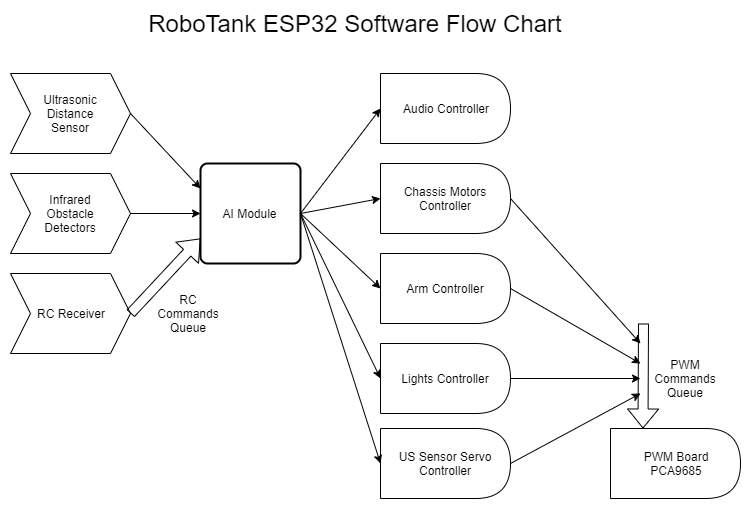
rmaryan/RoboTank-ESP32 keeps this draw.io diagram as schematics/flow chart.png. Above is the earlier version. Source tidied: cells renumbered, new cells last; positions are measured from the earlier drawing's top-left corner, leaving out a move shared by most shapes.
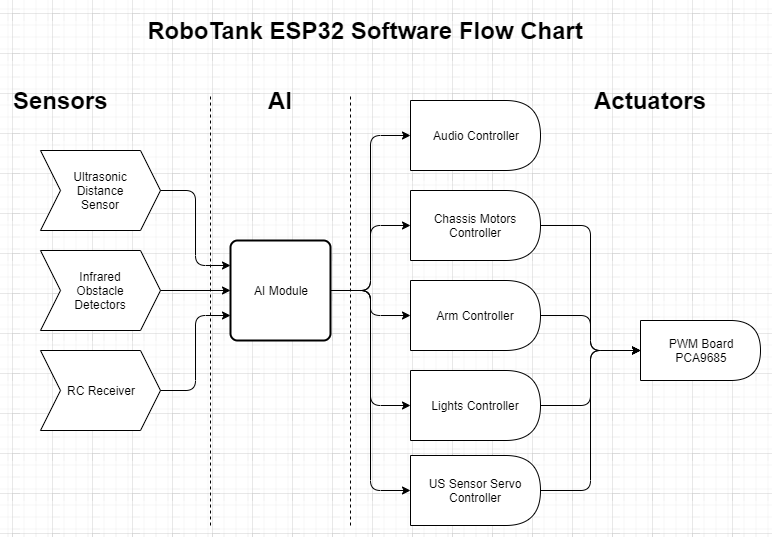
Later version of the same file.

Change to the diagram source:
```diff
@@ -3,92 +3,94 @@
     <mxCell id="0" />
     <mxCell id="1" parent="0" />
     <mxCell id="2" value="AI Module" style="rounded=1;whiteSpace=wrap;html=1;absoluteArcSize=1;arcSize=14;strokeWidth=2;" parent="1" vertex="1">
-      <mxGeometry x="190" y="150" width="100" height="100" as="geometry" />
+      <mxGeometry x="220" y="230" width="100" height="100" as="geometry" />
     </mxCell>
     <mxCell id="3" value="Ultrasonic&lt;br&gt;Distance&lt;br&gt;Sensor" style="shape=step;perimeter=stepPerimeter;whiteSpace=wrap;html=1;fixedSize=1;" parent="1" vertex="1">
-      <mxGeometry y="60" width="120" height="80" as="geometry" />
+      <mxGeometry x="30" y="140" width="120" height="80" as="geometry" />
     </mxCell>
     <mxCell id="4" value="Infrared&lt;br&gt;Obstacle&lt;br&gt;Detectors" style="shape=step;perimeter=stepPerimeter;whiteSpace=wrap;html=1;fixedSize=1;" parent="1" vertex="1">
-      <mxGeometry y="160" width="120" height="80" as="geometry" />
+      <mxGeometry x="30" y="240" width="120" height="80" as="geometry" />
     </mxCell>
-    <mxCell id="5" value="RoboTank ESP32 Software Flow Chart" style="text;html=1;strokeColor=none;fillColor=none;align=center;verticalAlign=middle;whiteSpace=wrap;rounded=0;fontSize=24;" parent="1" vertex="1">
-      <mxGeometry x="120" width="450" height="20" as="geometry" />
+    <mxCell id="5" value="RoboTank ESP32 Software Flow Chart" style="text;html=1;strokeColor=none;fillColor=none;align=center;verticalAlign=middle;whiteSpace=wrap;rounded=0;fontSize=24;fontStyle=1;" parent="1" vertex="1">
+      <mxGeometry x="130" width="450" height="40" as="geometry" />
     </mxCell>
     <mxCell id="6" value="RC Receiver" style="shape=step;perimeter=stepPerimeter;whiteSpace=wrap;html=1;fixedSize=1;" parent="1" vertex="1">
-      <mxGeometry y="260" width="120" height="80" as="geometry" />
+      <mxGeometry x="30" y="340" width="120" height="80" as="geometry" />
     </mxCell>
-    <mxCell id="7" style="shape=flexArrow;endArrow=classic;html=1;fontSize=24;entryX=0;entryY=0.75;entryDx=0;entryDy=0;exitX=1;exitY=0.5;exitDx=0;exitDy=0;" parent="1" edge="1" source="6" target="2">
-      <mxGeometry relative="1" as="geometry" />
-    </mxCell>
-    <mxCell id="8" style="endArrow=classic;html=1;fontSize=24;exitX=1;exitY=0.5;exitDx=0;exitDy=0;entryX=0;entryY=0.25;entryDx=0;entryDy=0;" parent="1" edge="1" source="3" target="2">
-      <mxGeometry relative="1" as="geometry" />
-    </mxCell>
     <mxCell id="9" style="endArrow=classic;html=1;fontSize=24;exitX=1;exitY=0.5;exitDx=0;exitDy=0;entryX=0;entryY=0.5;entryDx=0;entryDy=0;" parent="1" edge="1" source="4" target="2">
       <mxGeometry relative="1" as="geometry" />
     </mxCell>
-    <mxCell id="10" value="RC&lt;br&gt;Commands&lt;br&gt;Queue" style="text;html=1;strokeColor=none;fillColor=none;align=center;verticalAlign=middle;whiteSpace=wrap;rounded=0;fontSize=12;" parent="1" vertex="1">
-      <mxGeometry x="148" y="275" width="60" height="50" as="geometry" />
-    </mxCell>
     <mxCell id="11" value="Chassis Motors Controller" style="shape=delay;whiteSpace=wrap;html=1;" parent="1" vertex="1">
-      <mxGeometry x="370" y="150" width="130" height="70" as="geometry" />
+      <mxGeometry x="400" y="180" width="130" height="70" as="geometry" />
     </mxCell>
     <mxCell id="12" value="Arm Controller" style="shape=delay;whiteSpace=wrap;html=1;" parent="1" vertex="1">
-      <mxGeometry x="370" y="240" width="130" height="70" as="geometry" />
+      <mxGeometry x="400" y="270" width="130" height="70" as="geometry" />
     </mxCell>
     <mxCell id="13" value="Lights Controller" style="shape=delay;whiteSpace=wrap;html=1;" parent="1" vertex="1">
-      <mxGeometry x="370" y="330" width="130" height="70" as="geometry" />
+      <mxGeometry x="400" y="360" width="130" height="70" as="geometry" />
     </mxCell>
     <mxCell id="14" value="Audio Controller" style="shape=delay;whiteSpace=wrap;html=1;" parent="1" vertex="1">
-      <mxGeometry x="370" y="60" width="130" height="70" as="geometry" />
+      <mxGeometry x="400" y="90" width="130" height="70" as="geometry" />
     </mxCell>
     <mxCell id="15" value="US Sensor Servo Controller" style="shape=delay;whiteSpace=wrap;html=1;" parent="1" vertex="1">
-      <mxGeometry x="370" y="415" width="130" height="70" as="geometry" />
+      <mxGeometry x="400" y="445" width="130" height="70" as="geometry" />
     </mxCell>
+    <mxCell id="21" value="PWM Board&lt;br&gt;PCA9685" style="shape=delay;whiteSpace=wrap;html=1;" parent="1" vertex="1">
+      <mxGeometry x="630" y="310" width="120" height="60" as="geometry" />
+    </mxCell>
+    <mxCell id="28" style="edgeStyle=elbowEdgeStyle;elbow=horizontal;endArrow=classic;html=1;exitX=1;exitY=0.5;exitDx=0;exitDy=0;entryX=0;entryY=0.5;entryDx=0;entryDy=0;" parent="1" edge="1" source="11" target="21">
+      <mxGeometry relative="1" as="geometry" />
+    </mxCell>
+    <mxCell id="29" style="edgeStyle=elbowEdgeStyle;elbow=horizontal;endArrow=classic;html=1;exitX=1;exitY=0.5;exitDx=0;exitDy=0;entryX=0;entryY=0.5;entryDx=0;entryDy=0;" parent="1" edge="1" source="12" target="21">
+      <mxGeometry relative="1" as="geometry" />
+    </mxCell>
+    <mxCell id="30" style="edgeStyle=elbowEdgeStyle;elbow=horizontal;endArrow=classic;html=1;exitX=1;exitY=0.5;exitDx=0;exitDy=0;entryX=0;entryY=0.5;entryDx=0;entryDy=0;" parent="1" edge="1" source="15" target="21">
+      <mxGeometry relative="1" as="geometry" />
+    </mxCell>
+    <mxCell id="31" style="edgeStyle=elbowEdgeStyle;elbow=horizontal;endArrow=classic;html=1;exitX=1;exitY=0.5;exitDx=0;exitDy=0;entryX=0;entryY=0.5;entryDx=0;entryDy=0;" parent="1" edge="1" source="13" target="21">
+      <mxGeometry relative="1" as="geometry" />
+    </mxCell>
+    <mxCell id="32" style="endArrow=none;dashed=1;html=1;" parent="1" edge="1">
+      <mxGeometry relative="1" as="geometry">
+        <mxPoint x="200" y="515" as="sourcePoint" />
+        <mxPoint x="200" y="85" as="targetPoint" />
+      </mxGeometry>
+    </mxCell>
+    <mxCell id="33" style="endArrow=none;dashed=1;html=1;" parent="1" edge="1">
+      <mxGeometry relative="1" as="geometry">
+        <mxPoint x="340" y="515" as="sourcePoint" />
+        <mxPoint x="340" y="85" as="targetPoint" />
+      </mxGeometry>
+    </mxCell>
+    <mxCell id="34" value="Sensors" style="text;strokeColor=none;fillColor=none;html=1;fontSize=24;fontStyle=1;verticalAlign=middle;align=center;" parent="1" vertex="1">
+      <mxGeometry y="70" width="100" height="40" as="geometry" />
+    </mxCell>
+    <mxCell id="35" value="Actuators" style="text;strokeColor=none;fillColor=none;html=1;fontSize=24;fontStyle=1;verticalAlign=middle;align=center;" parent="1" vertex="1">
+      <mxGeometry x="580" y="70" width="120" height="40" as="geometry" />
+    </mxCell>
+    <mxCell id="36" value="AI" style="text;strokeColor=none;fillColor=none;html=1;fontSize=24;fontStyle=1;verticalAlign=middle;align=center;" parent="1" vertex="1">
+      <mxGeometry x="210" y="70" width="120" height="40" as="geometry" />
+    </mxCell>
+    <mxCell id="7" style="edgeStyle=elbowEdgeStyle;elbow=horizontal;endArrow=classic;html=1;exitX=1;exitY=0.5;exitDx=0;exitDy=0;entryX=0;entryY=0.75;entryDx=0;entryDy=0;" parent="1" edge="1" source="6" target="2">
+      <mxGeometry relative="1" as="geometry" />
+    </mxCell>
+    <mxCell id="8" style="edgeStyle=elbowEdgeStyle;elbow=horizontal;endArrow=classic;html=1;exitX=1;exitY=0.5;exitDx=0;exitDy=0;entryX=0;entryY=0.25;entryDx=0;entryDy=0;" parent="1" edge="1" source="3" target="2">
+      <mxGeometry relative="1" as="geometry" />
+    </mxCell>
-    <mxCell id="16" style="endArrow=classic;html=1;entryX=0;entryY=0.5;entryDx=0;entryDy=0;exitX=1;exitY=0.5;exitDx=0;exitDy=0;" parent="1" edge="1" source="2" target="11">
+    <mxCell id="16" style="edgeStyle=elbowEdgeStyle;elbow=horizontal;endArrow=classic;html=1;exitX=1;exitY=0.5;exitDx=0;exitDy=0;entryX=0;entryY=0.5;entryDx=0;entryDy=0;" parent="1" edge="1" source="2" target="11">
       <mxGeometry relative="1" as="geometry" />
     </mxCell>
-    <mxCell id="17" style="endArrow=classic;html=1;entryX=0;entryY=0.5;entryDx=0;entryDy=0;exitX=1;exitY=0.5;exitDx=0;exitDy=0;" parent="1" edge="1" source="2" target="12">
+    <mxCell id="17" style="edgeStyle=elbowEdgeStyle;elbow=horizontal;endArrow=classic;html=1;exitX=1;exitY=0.5;exitDx=0;exitDy=0;entryX=0;entryY=0.5;entryDx=0;entryDy=0;" parent="1" edge="1" source="2" target="12">
       <mxGeometry relative="1" as="geometry" />
     </mxCell>
-    <mxCell id="18" style="endArrow=classic;html=1;entryX=0;entryY=0.5;entryDx=0;entryDy=0;exitX=1;exitY=0.5;exitDx=0;exitDy=0;" parent="1" edge="1" source="2" target="13">
-      <mxGeometry relative="1" as="geometry" />
-    </mxCell>
-    <mxCell id="19" style="endArrow=classic;html=1;entryX=0;entryY=0.5;entryDx=0;entryDy=0;exitX=1;exitY=0.5;exitDx=0;exitDy=0;" parent="1" edge="1" source="2" target="14">
+    <mxCell id="19" style="edgeStyle=elbowEdgeStyle;elbow=horizontal;endArrow=classic;html=1;exitX=1;exitY=0.5;exitDx=0;exitDy=0;entryX=0;entryY=0.5;entryDx=0;entryDy=0;" parent="1" edge="1" source="2" target="14">
       <mxGeometry relative="1" as="geometry" />
     </mxCell>
-    <mxCell id="20" style="endArrow=classic;html=1;entryX=0;entryY=0.5;entryDx=0;entryDy=0;exitX=1;exitY=0.5;exitDx=0;exitDy=0;" parent="1" edge="1" source="2" target="15">
+    <mxCell id="20" style="edgeStyle=elbowEdgeStyle;elbow=horizontal;endArrow=classic;html=1;exitX=1;exitY=0.5;exitDx=0;exitDy=0;entryX=0;entryY=0.5;entryDx=0;entryDy=0;" parent="1" edge="1" source="2" target="15">
       <mxGeometry relative="1" as="geometry" />
     </mxCell>
-    <mxCell id="21" value="PWM Board&lt;br&gt;PCA9685" style="shape=delay;whiteSpace=wrap;html=1;" parent="1" vertex="1">
-      <mxGeometry x="600" y="415" width="130" height="70" as="geometry" />
-    </mxCell>
-    <mxCell id="22" style="endArrow=classic;html=1;exitX=1;exitY=0.5;exitDx=0;exitDy=0;" parent="1" edge="1" source="12">
-      <mxGeometry relative="1" as="geometry">
-        <mxPoint x="630" y="350" as="targetPoint" />
-      </mxGeometry>
-    </mxCell>
-    <mxCell id="23" style="endArrow=classic;html=1;exitX=1;exitY=0.5;exitDx=0;exitDy=0;" parent="1" edge="1" source="13">
-      <mxGeometry relative="1" as="geometry">
-        <mxPoint x="630" y="365" as="targetPoint" />
-      </mxGeometry>
-    </mxCell>
-    <mxCell id="24" style="endArrow=classic;html=1;exitX=1;exitY=0.5;exitDx=0;exitDy=0;" parent="1" edge="1" source="15">
-      <mxGeometry relative="1" as="geometry">
-        <mxPoint x="630" y="380" as="targetPoint" />
-      </mxGeometry>
-    </mxCell>
-    <mxCell id="25" style="endArrow=classic;html=1;exitX=1;exitY=0.5;exitDx=0;exitDy=0;" parent="1" edge="1" source="11">
-      <mxGeometry relative="1" as="geometry">
-        <mxPoint x="630" y="330" as="targetPoint" />
-      </mxGeometry>
-    </mxCell>
-    <mxCell id="26" style="shape=flexArrow;endArrow=classic;html=1;fontSize=24;entryX=0.25;entryY=0;entryDx=0;entryDy=0;" parent="1" edge="1" target="21">
-      <mxGeometry relative="1" as="geometry">
-        <mxPoint x="633" y="310" as="sourcePoint" />
-      </mxGeometry>
-    </mxCell>
-    <mxCell id="27" value="PWM&lt;br&gt;Commands&lt;br&gt;Queue" style="text;html=1;strokeColor=none;fillColor=none;align=center;verticalAlign=middle;whiteSpace=wrap;rounded=0;fontSize=12;" parent="1" vertex="1">
-      <mxGeometry x="650" y="340" width="50" height="50" as="geometry" />
-    </mxCell>
+    <mxCell id="18" style="edgeStyle=elbowEdgeStyle;elbow=horizontal;endArrow=classic;html=1;exitX=1;exitY=0.5;exitDx=0;exitDy=0;entryX=0;entryY=0.5;entryDx=0;entryDy=0;" parent="1" edge="1" source="2" target="13">
+      <mxGeometry relative="1" as="geometry" />
+    </mxCell>
   </root>
 </mxGraphModel>
```
